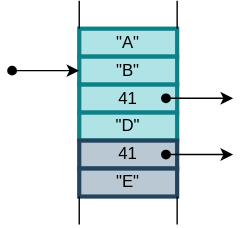
UniStuttgart-IKR/vio keeps this draw.io diagram as docs/svg/vio_obj_view.drawio.svg. Above is the earlier version. Source tidied: cells renumbered, new cells last; positions are measured from the earlier drawing's top-left corner, leaving out a move shared by most shapes. Its diagram source:
```xml
<mxGraphModel>
  <root>
    <mxCell id="0" />
    <mxCell id="1" parent="0" />
    <mxCell id="2" value="&quot;A&quot;" style="rounded=0;whiteSpace=wrap;html=1;fillColor=#b0e3e6;strokeColor=#0e8088;strokeWidth=3;" parent="1" vertex="1">
      <mxGeometry x="48" y="20" width="70" height="20" as="geometry" />
    </mxCell>
    <mxCell id="3" value="&quot;B&quot;" style="rounded=0;whiteSpace=wrap;html=1;fillColor=#b0e3e6;strokeColor=#0e8088;strokeWidth=3;" parent="1" vertex="1">
      <mxGeometry x="48" y="40" width="70" height="20" as="geometry" />
    </mxCell>
    <mxCell id="4" value="41" style="rounded=0;whiteSpace=wrap;html=1;fillColor=#b0e3e6;strokeColor=#0e8088;strokeWidth=3;" parent="1" vertex="1">
      <mxGeometry x="48" y="60" width="70" height="20" as="geometry" />
    </mxCell>
    <mxCell id="5" value="&quot;D&quot;" style="rounded=0;whiteSpace=wrap;html=1;fillColor=#b0e3e6;strokeColor=#0e8088;strokeWidth=3;" parent="1" vertex="1">
      <mxGeometry x="48" y="80" width="70" height="20" as="geometry" />
    </mxCell>
    <mxCell id="6" value="41" style="rounded=0;whiteSpace=wrap;html=1;fillColor=#bac8d3;strokeColor=#23445d;strokeWidth=3;" parent="1" vertex="1">
      <mxGeometry x="48" y="100" width="70" height="20" as="geometry" />
    </mxCell>
    <mxCell id="7" value="&quot;E&quot;" style="rounded=0;whiteSpace=wrap;html=1;fillColor=#bac8d3;strokeColor=#23445d;strokeWidth=3;" parent="1" vertex="1">
      <mxGeometry x="48" y="120" width="70" height="20" as="geometry" />
    </mxCell>
    <mxCell id="8" style="endArrow=none;html=1;rounded=0;entryX=0;entryY=0;entryDx=0;entryDy=0;" parent="1" edge="1" target="2">
      <mxGeometry relative="1" as="geometry">
        <mxPoint x="48" as="sourcePoint" />
      </mxGeometry>
    </mxCell>
    <mxCell id="9" style="endArrow=none;html=1;rounded=0;entryX=0;entryY=0;entryDx=0;entryDy=0;" parent="1" edge="1">
      <mxGeometry relative="1" as="geometry">
        <mxPoint x="118" as="sourcePoint" />
        <mxPoint x="118" y="20" as="targetPoint" />
      </mxGeometry>
    </mxCell>
    <mxCell id="10" style="endArrow=none;html=1;rounded=0;entryX=0;entryY=0;entryDx=0;entryDy=0;" parent="1" edge="1">
      <mxGeometry relative="1" as="geometry">
        <mxPoint x="48" y="140" as="sourcePoint" />
        <mxPoint x="48" y="160" as="targetPoint" />
      </mxGeometry>
    </mxCell>
    <mxCell id="11" style="endArrow=none;html=1;rounded=0;entryX=0;entryY=0;entryDx=0;entryDy=0;" parent="1" edge="1">
      <mxGeometry relative="1" as="geometry">
        <mxPoint x="118" y="140" as="sourcePoint" />
        <mxPoint x="118" y="160" as="targetPoint" />
      </mxGeometry>
    </mxCell>
    <mxCell id="12" style="endArrow=classic;html=1;rounded=0;exitX=1;exitY=0.5;exitDx=0;exitDy=0;startArrow=oval;startFill=1;" parent="1" edge="1">
      <mxGeometry relative="1" as="geometry">
        <mxPoint x="110" y="110" as="sourcePoint" />
        <mxPoint x="158" y="110" as="targetPoint" />
      </mxGeometry>
    </mxCell>
    <mxCell id="13" style="endArrow=classic;html=1;rounded=0;exitX=1;exitY=0.5;exitDx=0;exitDy=0;startArrow=oval;startFill=1;" parent="1" edge="1">
      <mxGeometry relative="1" as="geometry">
        <mxPoint y="50" as="sourcePoint" />
        <mxPoint x="48" y="50" as="targetPoint" />
      </mxGeometry>
    </mxCell>
    <mxCell id="14" style="endArrow=classic;html=1;rounded=0;exitX=1;exitY=0.5;exitDx=0;exitDy=0;startArrow=oval;startFill=1;" parent="1" edge="1">
      <mxGeometry relative="1" as="geometry">
        <mxPoint x="110" y="69.8" as="sourcePoint" />
        <mxPoint x="158" y="69.8" as="targetPoint" />
      </mxGeometry>
    </mxCell>
  </root>
</mxGraphModel>
```
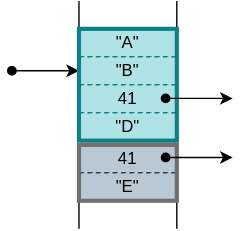
The same file after the commit.

Commit message:
updated vio object view picture

Change to the diagram source:
```diff
@@ -2,23 +2,23 @@
   <root>
     <mxCell id="0" />
     <mxCell id="1" parent="0" />
-    <mxCell id="2" value="&quot;A&quot;" style="rounded=0;whiteSpace=wrap;html=1;fillColor=#b0e3e6;strokeColor=#0e8088;strokeWidth=3;" parent="1" vertex="1">
+    <mxCell id="2" value="&quot;A&quot;" style="rounded=0;whiteSpace=wrap;html=1;fillColor=#b0e3e6;strokeColor=#0e8088;strokeWidth=1;dashed=1;" parent="1" vertex="1">
       <mxGeometry x="48" y="20" width="70" height="20" as="geometry" />
     </mxCell>
-    <mxCell id="3" value="&quot;B&quot;" style="rounded=0;whiteSpace=wrap;html=1;fillColor=#b0e3e6;strokeColor=#0e8088;strokeWidth=3;" parent="1" vertex="1">
+    <mxCell id="3" value="&quot;B&quot;" style="rounded=0;whiteSpace=wrap;html=1;fillColor=#b0e3e6;strokeColor=#0e8088;strokeWidth=1;dashed=1;" parent="1" vertex="1">
       <mxGeometry x="48" y="40" width="70" height="20" as="geometry" />
     </mxCell>
-    <mxCell id="4" value="41" style="rounded=0;whiteSpace=wrap;html=1;fillColor=#b0e3e6;strokeColor=#0e8088;strokeWidth=3;" parent="1" vertex="1">
+    <mxCell id="4" value="41" style="rounded=0;whiteSpace=wrap;html=1;fillColor=#b0e3e6;strokeColor=#0e8088;strokeWidth=1;dashed=1;" parent="1" vertex="1">
       <mxGeometry x="48" y="60" width="70" height="20" as="geometry" />
     </mxCell>
-    <mxCell id="5" value="&quot;D&quot;" style="rounded=0;whiteSpace=wrap;html=1;fillColor=#b0e3e6;strokeColor=#0e8088;strokeWidth=3;" parent="1" vertex="1">
+    <mxCell id="5" value="&quot;D&quot;" style="rounded=0;whiteSpace=wrap;html=1;fillColor=#b0e3e6;strokeColor=#0e8088;strokeWidth=1;dashed=1;" parent="1" vertex="1">
       <mxGeometry x="48" y="80" width="70" height="20" as="geometry" />
     </mxCell>
-    <mxCell id="6" value="41" style="rounded=0;whiteSpace=wrap;html=1;fillColor=#bac8d3;strokeColor=#23445d;strokeWidth=3;" parent="1" vertex="1">
-      <mxGeometry x="48" y="100" width="70" height="20" as="geometry" />
+    <mxCell id="6" value="41" style="rounded=0;whiteSpace=wrap;html=1;fillColor=#bac8d3;strokeColor=#23445d;strokeWidth=1;dashed=1;" parent="1" vertex="1">
+      <mxGeometry x="48" y="103" width="70" height="20" as="geometry" />
     </mxCell>
-    <mxCell id="7" value="&quot;E&quot;" style="rounded=0;whiteSpace=wrap;html=1;fillColor=#bac8d3;strokeColor=#23445d;strokeWidth=3;" parent="1" vertex="1">
-      <mxGeometry x="48" y="120" width="70" height="20" as="geometry" />
+    <mxCell id="7" value="&quot;E&quot;" style="rounded=0;whiteSpace=wrap;html=1;fillColor=#bac8d3;strokeColor=#23445d;strokeWidth=1;dashed=1;" parent="1" vertex="1">
+      <mxGeometry x="48" y="123" width="70" height="20" as="geometry" />
     </mxCell>
     <mxCell id="8" style="endArrow=none;html=1;rounded=0;entryX=0;entryY=0;entryDx=0;entryDy=0;" parent="1" edge="1" target="2">
       <mxGeometry relative="1" as="geometry">
@@ -33,33 +33,39 @@
     </mxCell>
     <mxCell id="10" style="endArrow=none;html=1;rounded=0;entryX=0;entryY=0;entryDx=0;entryDy=0;" parent="1" edge="1">
       <mxGeometry relative="1" as="geometry">
-        <mxPoint x="48" y="140" as="sourcePoint" />
-        <mxPoint x="48" y="160" as="targetPoint" />
+        <mxPoint x="48" y="143" as="sourcePoint" />
+        <mxPoint x="48" y="163" as="targetPoint" />
       </mxGeometry>
     </mxCell>
     <mxCell id="11" style="endArrow=none;html=1;rounded=0;entryX=0;entryY=0;entryDx=0;entryDy=0;" parent="1" edge="1">
       <mxGeometry relative="1" as="geometry">
-        <mxPoint x="118" y="140" as="sourcePoint" />
-        <mxPoint x="118" y="160" as="targetPoint" />
+        <mxPoint x="118" y="143" as="sourcePoint" />
+        <mxPoint x="118" y="163" as="targetPoint" />
       </mxGeometry>
     </mxCell>
     <mxCell id="12" style="endArrow=classic;html=1;rounded=0;exitX=1;exitY=0.5;exitDx=0;exitDy=0;startArrow=oval;startFill=1;" parent="1" edge="1">
       <mxGeometry relative="1" as="geometry">
-        <mxPoint x="110" y="110" as="sourcePoint" />
-        <mxPoint x="158" y="110" as="targetPoint" />
+        <mxPoint y="50" as="sourcePoint" />
+        <mxPoint x="48" y="50" as="targetPoint" />
       </mxGeometry>
     </mxCell>
-    <mxCell id="13" style="endArrow=classic;html=1;rounded=0;exitX=1;exitY=0.5;exitDx=0;exitDy=0;startArrow=oval;startFill=1;" parent="1" edge="1">
-      <mxGeometry relative="1" as="geometry">
-        <mxPoint y="50" as="sourcePoint" />
-        <mxPoint x="48" y="50" as="targetPoint" />
-      </mxGeometry>
+    <mxCell id="13" style="rounded=0;whiteSpace=wrap;html=1;fillColor=none;strokeColor=#0e8088;strokeWidth=3;" parent="1" vertex="1">
+      <mxGeometry x="48" y="20" width="70" height="80" as="geometry" />
     </mxCell>
-    <mxCell id="14" style="endArrow=classic;html=1;rounded=0;exitX=1;exitY=0.5;exitDx=0;exitDy=0;startArrow=oval;startFill=1;" parent="1" edge="1">
-      <mxGeometry relative="1" as="geometry">
-        <mxPoint x="110" y="69.8" as="sourcePoint" />
-        <mxPoint x="158" y="69.8" as="targetPoint" />
-      </mxGeometry>
+    <mxCell id="14" style="rounded=0;whiteSpace=wrap;html=1;fillColor=none;strokeColor=#707070;strokeWidth=3;" parent="1" vertex="1">
+      <mxGeometry x="48" y="103" width="70" height="40" as="geometry" />
     </mxCell>
+    <mxCell id="15" style="endArrow=classic;html=1;rounded=0;exitX=1;exitY=0.5;exitDx=0;exitDy=0;startArrow=oval;startFill=1;" parent="1" edge="1">
+      <mxGeometry relative="1" as="geometry">
+        <mxPoint x="110" y="112" as="sourcePoint" />
+        <mxPoint x="158" y="112" as="targetPoint" />
+      </mxGeometry>
+    </mxCell>
+    <mxCell id="16" style="endArrow=classic;html=1;rounded=0;exitX=1;exitY=0.5;exitDx=0;exitDy=0;startArrow=oval;startFill=1;" parent="1" edge="1">
+      <mxGeometry relative="1" as="geometry">
+        <mxPoint x="110" y="69.8" as="sourcePoint" />
+        <mxPoint x="158" y="69.8" as="targetPoint" />
+      </mxGeometry>
+    </mxCell>
   </root>
 </mxGraphModel>
```
